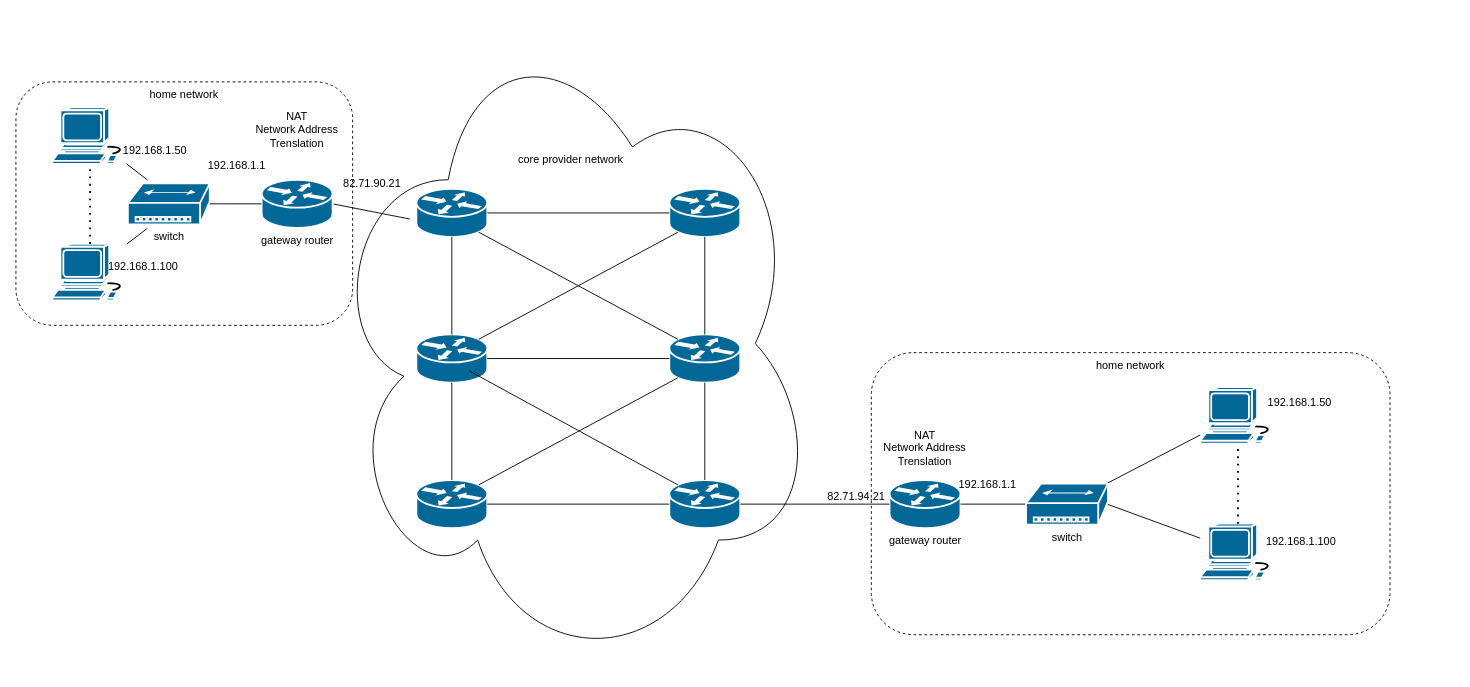
This is sessions/session9/docs/images/routers.drawio from gallenc/COM304_FOUNDATION_1, a draw.io file, before an edit. Source tidied: cells renumbered, new cells numbered last; positions are measured from the earlier drawing's top-left corner, leaving out a move shared by most shapes. Both pictures are drawn from the tidied source at 91%, with x=0, y=0 at pixel (15, 15).
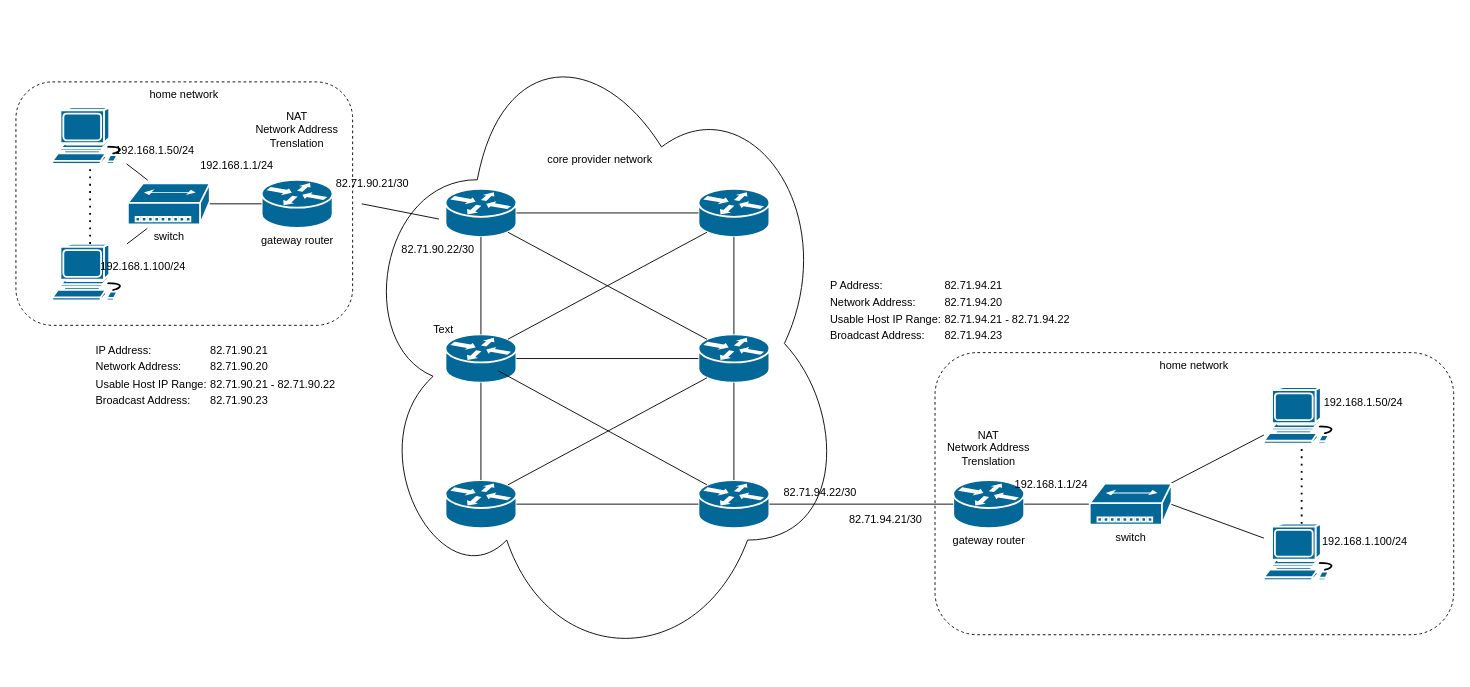
Above is the later version.

Unchanged cells that the change refers to:
```xml
<mxCell id="38" value="gateway router" style="shape=mxgraph.cisco.routers.router;sketch=0;html=1;dashed=0;fillColor=#036897;strokeColor=#ffffff;strokeWidth=2;verticalLabelPosition=bottom;verticalAlign=top;align=center;outlineConnect=0;" parent="1" vertex="1">
  <mxGeometry x="270" y="180" width="78" height="53" as="geometry" />
</mxCell>
```

What changed in the source:
```diff
@@
+    <mxCell id="48" value="home network" style="rounded=1;whiteSpace=wrap;html=1;verticalAlign=top;fillColor=none;dashed=1;" parent="1" vertex="1">
+      <mxGeometry x="1010" y="370" width="570" height="310" as="geometry" />
+    </mxCell>
+    <mxCell id="47" value="home network" style="rounded=1;whiteSpace=wrap;html=1;verticalAlign=top;fillColor=none;dashed=1;" parent="1" vertex="1">
+      <mxGeometry y="72.5" width="370" height="267.5" as="geometry" />
+    </mxCell>
     <mxCell id="2" style="shape=mxgraph.cisco.computers_and_peripherals.workstation;sketch=0;html=1;dashed=0;fillColor=#036897;strokeColor=#ffffff;strokeWidth=2;verticalLabelPosition=bottom;verticalAlign=top;align=center;outlineConnect=0;" parent="1" vertex="1">
-      <mxGeometry x="1301.4" y="408" width="83" height="62" as="geometry" />
+      <mxGeometry x="1371.4" y="408" width="83" height="62" as="geometry" />
     </mxCell>
     <mxCell id="3" value="gateway router" style="shape=mxgraph.cisco.routers.router;sketch=0;html=1;dashed=0;fillColor=#036897;strokeColor=#ffffff;strokeWidth=2;verticalLabelPosition=bottom;verticalAlign=top;align=center;outlineConnect=0;" parent="1" vertex="1">
-      <mxGeometry x="960" y="510" width="78" height="53" as="geometry" />
+      <mxGeometry x="1030" y="510" width="78" height="53" as="geometry" />
     </mxCell>
     <mxCell id="4" style="group;" parent="1" vertex="1">
-      <mxGeometry x="440" y="190" width="356" height="373" as="geometry" />
+      <mxGeometry x="472" y="190" width="440" height="530" as="geometry" />
     </mxCell>
@@
+    <mxCell id="51" value="82.71.90.22/30" style="text;whiteSpace=wrap;" parent="4" vertex="1">
+      <mxGeometry x="-50" y="53" width="100" height="30" as="geometry" />
+    </mxCell>
+    <mxCell id="27" value="&lt;div&gt;&lt;br&gt;&lt;/div&gt;&lt;div&gt;&lt;br&gt;&lt;/div&gt;&lt;div&gt;&lt;br&gt;&lt;/div&gt;&lt;div&gt;&lt;br&gt;&lt;/div&gt;&lt;div&gt;&lt;br&gt;&lt;/div&gt;&lt;div&gt;&lt;br&gt;&lt;/div&gt;&lt;div&gt;&lt;br&gt;&lt;/div&gt;&lt;div&gt;&lt;br&gt;&lt;/div&gt;&lt;div&gt;&lt;br&gt;&lt;/div&gt;&lt;div&gt;&lt;br&gt;&lt;/div&gt;core provider network" style="ellipse;shape=cloud;whiteSpace=wrap;html=1;align=center;fillColor=none;verticalAlign=top;" parent="4" vertex="1">
+      <mxGeometry x="-100" y="-190" width="540" height="720" as="geometry" />
+    </mxCell>
     <mxCell id="22" style="shape=mxgraph.cisco.computers_and_peripherals.workstation;sketch=0;html=1;dashed=0;fillColor=#036897;strokeColor=#ffffff;strokeWidth=2;verticalLabelPosition=bottom;verticalAlign=top;align=center;outlineConnect=0;" parent="1" vertex="1">
-      <mxGeometry x="1301.4" y="558" width="83" height="62" as="geometry" />
+      <mxGeometry x="1371.4" y="558" width="83" height="62" as="geometry" />
     </mxCell>
@@
-    <mxCell id="27" value="&lt;div&gt;&lt;br&gt;&lt;/div&gt;&lt;div&gt;&lt;br&gt;&lt;/div&gt;&lt;div&gt;&lt;br&gt;&lt;/div&gt;&lt;div&gt;&lt;br&gt;&lt;/div&gt;&lt;div&gt;&lt;br&gt;&lt;/div&gt;&lt;div&gt;&lt;br&gt;&lt;/div&gt;&lt;div&gt;&lt;br&gt;&lt;/div&gt;&lt;div&gt;&lt;br&gt;&lt;/div&gt;&lt;div&gt;&lt;br&gt;&lt;/div&gt;&lt;div&gt;&lt;br&gt;&lt;/div&gt;core provider network" style="ellipse;shape=cloud;whiteSpace=wrap;html=1;align=center;fillColor=none;verticalAlign=top;" parent="1" vertex="1">
-      <mxGeometry x="340" width="540" height="720" as="geometry" />
-    </mxCell>
-    <mxCell id="28" style="endArrow=none;html=1;rounded=0;exitX=1;exitY=0.5;exitDx=0;exitDy=0;exitPerimeter=0;entryX=0.172;entryY=0.31;entryDx=0;entryDy=0;entryPerimeter=0;" parent="1" edge="1" source="38" target="27">
-      <mxGeometry relative="1" as="geometry" />
+    <mxCell id="28" style="endArrow=none;html=1;rounded=0;exitX=1;exitY=0.5;exitDx=0;exitDy=0;exitPerimeter=0;entryX=0.172;entryY=0.31;entryDx=0;entryDy=0;entryPerimeter=0;" parent="1" edge="1" target="27">
+      <mxGeometry relative="1" as="geometry">
+        <mxPoint x="380" y="206.5" as="sourcePoint" />
+      </mxGeometry>
     </mxCell>
-    <mxCell id="29" value="192.168.1.50" style="text;html=1;align=center;verticalAlign=middle;whiteSpace=wrap;rounded=0;" parent="1" vertex="1">
-      <mxGeometry x="1381.4" y="410" width="60" height="30" as="geometry" />
+    <mxCell id="29" value="192.168.1.50/24" style="text;html=1;align=center;verticalAlign=middle;whiteSpace=wrap;rounded=0;" parent="1" vertex="1">
+      <mxGeometry x="1451.4" y="410" width="60" height="30" as="geometry" />
     </mxCell>
-    <mxCell id="30" value="192.168.1.100" style="text;html=1;align=center;verticalAlign=middle;whiteSpace=wrap;rounded=0;" parent="1" vertex="1">
-      <mxGeometry x="1384.4" y="563" width="57" height="30" as="geometry" />
+    <mxCell id="30" value="192.168.1.100/24" style="text;html=1;align=center;verticalAlign=middle;whiteSpace=wrap;rounded=0;" parent="1" vertex="1">
+      <mxGeometry x="1454.4" y="563" width="57" height="30" as="geometry" />
     </mxCell>
-    <mxCell id="31" value="192.168.1.1" style="text;html=1;align=center;verticalAlign=middle;whiteSpace=wrap;rounded=0;" parent="1" vertex="1">
-      <mxGeometry x="1038" y="500" width="60" height="30" as="geometry" />
+    <mxCell id="31" value="192.168.1.1/24" style="text;html=1;align=center;verticalAlign=middle;whiteSpace=wrap;rounded=0;" parent="1" vertex="1">
+      <mxGeometry x="1108" y="500" width="60" height="30" as="geometry" />
     </mxCell>
@@
     <mxCell id="33" value="switch" style="shape=mxgraph.cisco.hubs_and_gateways.small_hub;sketch=0;html=1;dashed=0;fillColor=#036897;strokeColor=#ffffff;strokeWidth=2;verticalLabelPosition=bottom;verticalAlign=top;align=center;outlineConnect=0;" parent="1" vertex="1">
-      <mxGeometry x="1110" y="514" width="90" height="45" as="geometry" />
+      <mxGeometry x="1180" y="514" width="90" height="45" as="geometry" />
     </mxCell>
-    <mxCell id="34" value="82.71.94.21" style="text;whiteSpace=wrap;" parent="1" vertex="1">
-      <mxGeometry x="890" y="514" width="100" height="30" as="geometry" />
+    <mxCell id="34" value="82.71.94.21/30" style="text;whiteSpace=wrap;" parent="1" vertex="1">
+      <mxGeometry x="914" y="540" width="100" height="30" as="geometry" />
     </mxCell>
-    <mxCell id="35" value="82.71.90.21" style="text;whiteSpace=wrap;" parent="1" vertex="1">
-      <mxGeometry x="358" y="170" width="100" height="30" as="geometry" />
-    </mxCell>
@@
-    <mxCell id="43" value="192.168.1.50" style="text;html=1;align=center;verticalAlign=middle;whiteSpace=wrap;rounded=0;" parent="1" vertex="1">
+    <mxCell id="43" value="192.168.1.50/24" style="text;html=1;align=center;verticalAlign=middle;whiteSpace=wrap;rounded=0;" parent="1" vertex="1">
       <mxGeometry x="123" y="132.5" width="60" height="30" as="geometry" />
     </mxCell>
-    <mxCell id="44" value="192.168.1.100" style="text;html=1;align=center;verticalAlign=middle;whiteSpace=wrap;rounded=0;" parent="1" vertex="1">
+    <mxCell id="44" value="192.168.1.100/24" style="text;html=1;align=center;verticalAlign=middle;whiteSpace=wrap;rounded=0;" parent="1" vertex="1">
       <mxGeometry x="110" y="260.5" width="60" height="30" as="geometry" />
     </mxCell>
@@
-    <mxCell id="46" value="192.168.1.1" style="text;html=1;align=center;verticalAlign=middle;whiteSpace=wrap;rounded=0;" parent="1" vertex="1">
+    <mxCell id="46" value="192.168.1.1/24" style="text;html=1;align=center;verticalAlign=middle;whiteSpace=wrap;rounded=0;" parent="1" vertex="1">
       <mxGeometry x="213" y="150" width="60" height="30" as="geometry" />
     </mxCell>
-    <mxCell id="47" value="home network" style="rounded=1;whiteSpace=wrap;html=1;verticalAlign=top;fillColor=none;dashed=1;" parent="1" vertex="1">
-      <mxGeometry y="72.5" width="370" height="267.5" as="geometry" />
-    </mxCell>
-    <mxCell id="48" value="home network" style="rounded=1;whiteSpace=wrap;html=1;verticalAlign=top;fillColor=none;dashed=1;" parent="1" vertex="1">
-      <mxGeometry x="940" y="370" width="570" height="310" as="geometry" />
-    </mxCell>
     <mxCell id="49" value="NAT&lt;div&gt;Network Address Trenslation&lt;/div&gt;" style="text;html=1;align=center;verticalAlign=middle;whiteSpace=wrap;rounded=0;" parent="1" vertex="1">
-      <mxGeometry x="944" y="460" width="110" height="30" as="geometry" />
+      <mxGeometry x="1014" y="460" width="110" height="30" as="geometry" />
     </mxCell>
@@
+    <mxCell id="52" value="82.71.94.22/30" style="text;whiteSpace=wrap;" parent="1" vertex="1">
+      <mxGeometry x="842" y="510" width="100" height="30" as="geometry" />
+    </mxCell>
+    <mxCell id="53" value="82.71.90.21/30" style="text;whiteSpace=wrap;" parent="1" vertex="1">
+      <mxGeometry x="350" y="170" width="100" height="30" as="geometry" />
+    </mxCell>
+    <mxCell id="54" value="&lt;table class=&quot;cinfoT&quot;&gt;&lt;tbody&gt;&lt;tr&gt;&lt;td&gt;P Address:&lt;/td&gt;&lt;td&gt;82.71.94.21&lt;/td&gt;&lt;/tr&gt;&lt;tr&gt;&lt;td&gt;Network Address:&lt;/td&gt;&lt;td&gt;82.71.94.20&lt;/td&gt;&lt;/tr&gt;&lt;tr&gt;&lt;td&gt;Usable Host IP Range:&lt;/td&gt;&lt;td&gt;82.71.94.21 - 82.71.94.22&lt;/td&gt;&lt;/tr&gt;&lt;tr&gt;&lt;td&gt;Broadcast Address:&lt;/td&gt;&lt;td style=&quot;&quot;&gt;82.71.94.23&lt;/td&gt;&lt;/tr&gt;&lt;/tbody&gt;&lt;/table&gt;" style="text;html=1;whiteSpace=wrap;strokeColor=none;fillColor=none;align=left;verticalAlign=middle;rounded=0;" parent="1" vertex="1">
+      <mxGeometry x="890" y="290.5" width="390" height="66" as="geometry" />
+    </mxCell>
+    <mxCell id="55" value="Text" style="text;html=1;whiteSpace=wrap;strokeColor=none;fillColor=none;align=center;verticalAlign=middle;rounded=0;" parent="1" vertex="1">
+      <mxGeometry x="440" y="330" width="60" height="30" as="geometry" />
+    </mxCell>
+    <mxCell id="56" value="&lt;table class=&quot;cinfoT&quot;&gt;&lt;tbody&gt;&lt;tr&gt;&lt;td&gt;IP Address:&lt;/td&gt;&lt;td&gt;82.71.90.21&lt;/td&gt;&lt;/tr&gt;&lt;tr&gt;&lt;td&gt;Network Address:&lt;/td&gt;&lt;td&gt;82.71.90.20&lt;/td&gt;&lt;/tr&gt;&lt;tr&gt;&lt;td&gt;Usable Host IP Range:&lt;/td&gt;&lt;td&gt;82.71.90.21 - 82.71.90.22&lt;/td&gt;&lt;/tr&gt;&lt;tr&gt;&lt;td&gt;Broadcast Address:&lt;/td&gt;&lt;td&gt;82.71.90.23&lt;/td&gt;&lt;/tr&gt;&lt;/tbody&gt;&lt;/table&gt;" style="text;html=1;whiteSpace=wrap;strokeColor=none;fillColor=none;align=left;verticalAlign=middle;rounded=0;" parent="1" vertex="1">
+      <mxGeometry x="83" y="380" width="320" height="30" as="geometry" />
+    </mxCell>
```
